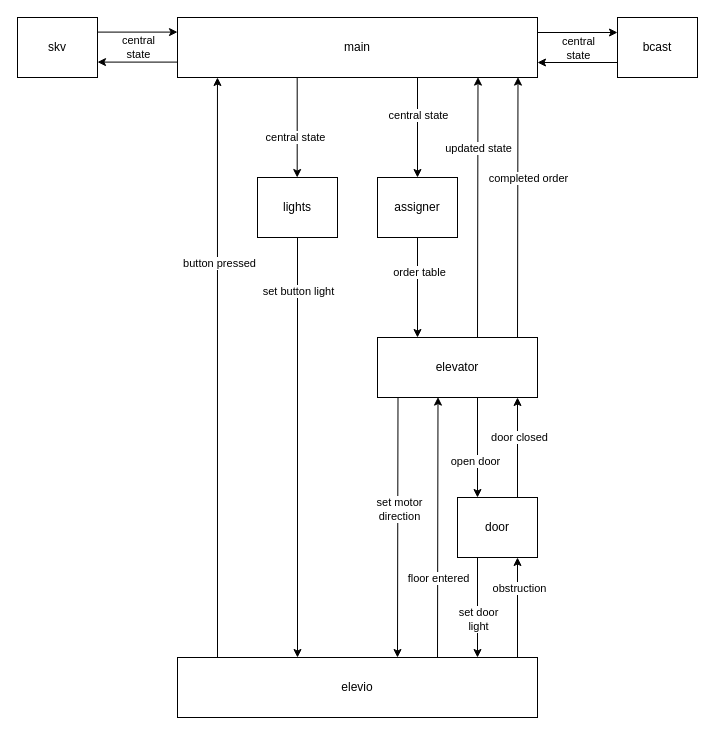
TTK4145-2022-students/project-group-78 keeps this draw.io diagram as communication_diagram.drawio. Above is the earlier version. Source tidied: cells renumbered, new cells numbered last; positions are measured from the earlier drawing's top-left corner, leaving out a move shared by most shapes. Both pictures are drawn from the tidied source at 100%, with x=0, y=0 at pixel (17, 17).
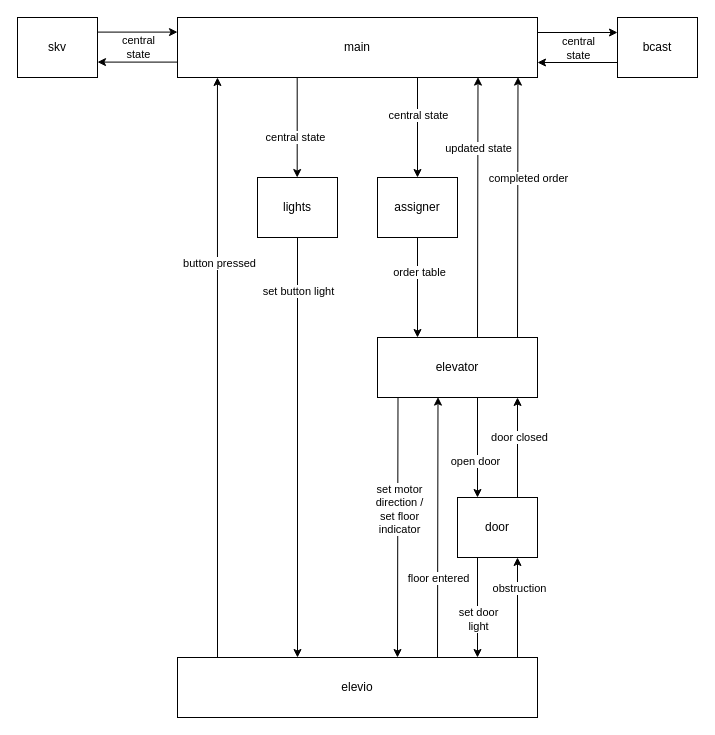
After the change.

Unchanged cells that the change refers to:
```xml
<mxCell id="29" style="endArrow=classic;html=1;rounded=0;exitX=0.622;exitY=0.007;exitDx=0;exitDy=0;exitPerimeter=0;" parent="1" edge="1">
  <mxGeometry relative="1" as="geometry">
    <mxPoint x="380.5" y="379.6" as="sourcePoint" />
    <mxPoint x="380" y="640" as="targetPoint" />
  </mxGeometry>
</mxCell>
```

Change to the diagram source:
```diff
@@
-    <mxCell id="30" value="set motor&lt;br&gt;direction" style="edgeLabel;html=1;align=center;verticalAlign=middle;" parent="29" vertex="1">
+    <mxCell id="30" value="set motor&lt;br&gt;direction /&lt;br&gt;set floor&lt;br&gt;indicator" style="edgeLabel;html=1;align=center;verticalAlign=middle;" parent="29" vertex="1">
       <mxGeometry x="-0.14" y="1" relative="1" as="geometry" />
     </mxCell>
```
